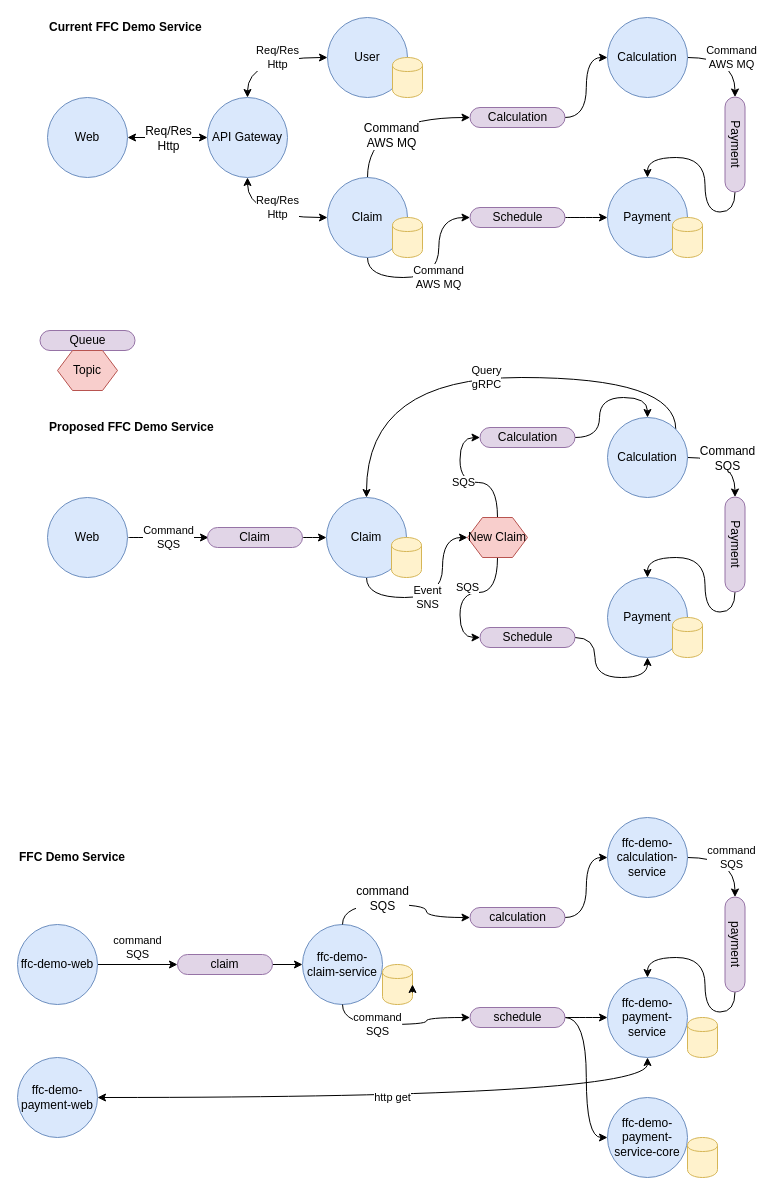
Before: FFC Demo Service.drawio in johnwatson484/diagrams, a draw.io diagram. Source tidied: cells renumbered, new cells numbered last; positions are measured from the earlier drawing's top-left corner, leaving out a move shared by most shapes. Both pictures are drawn from the tidied source at 100%, with x=0, y=0 at pixel (17, 17).
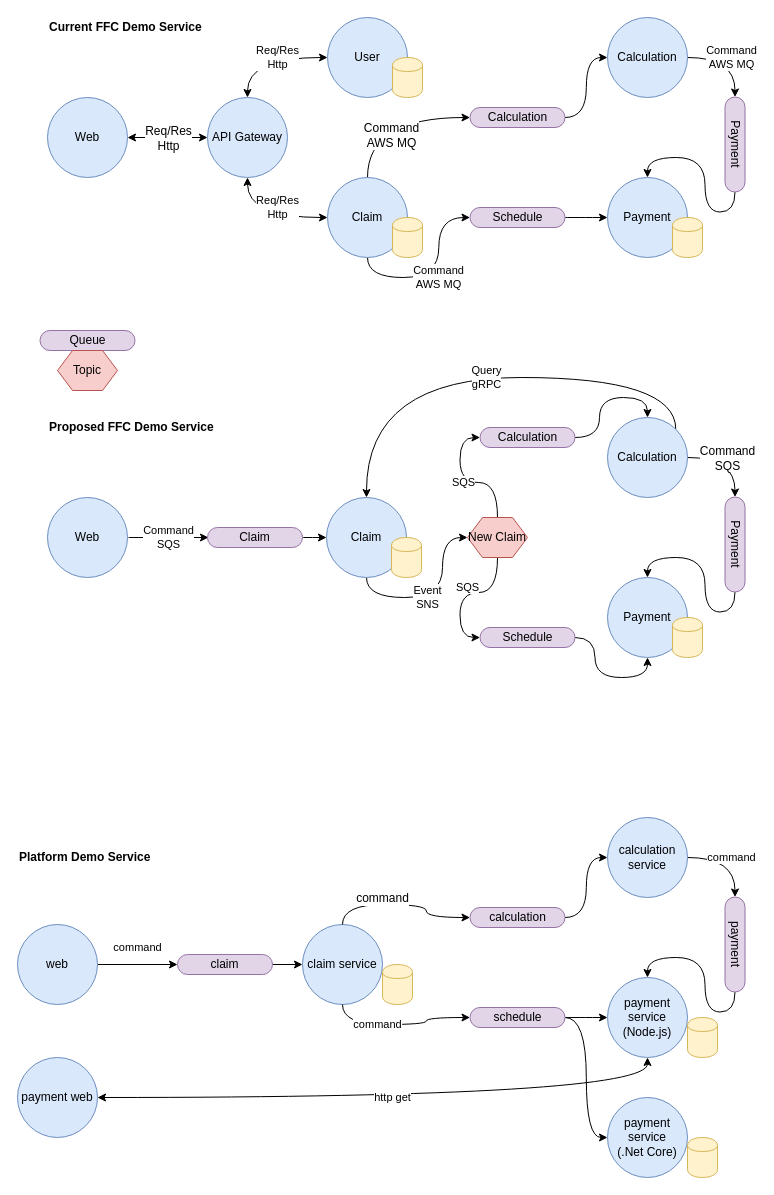
Above is the later version.

Unchanged cells that the change refers to:
```xml
<mxCell id="58" style="edgeStyle=orthogonalEdgeStyle;curved=1;jumpStyle=arc;jettySize=auto;html=1;exitX=0.5;exitY=0;exitDx=0;exitDy=0;entryX=0;entryY=0.5;entryDx=0;entryDy=0;" parent="1" edge="1" source="2" target="63">
  <mxGeometry relative="1" as="geometry" />
</mxCell>
<mxCell id="61" style="shape=cylinder;whiteSpace=wrap;html=1;boundedLbl=1;backgroundOutline=1;fillColor=#fff2cc;strokeColor=#d6b656;" parent="1" vertex="1">
  <mxGeometry x="365" y="947" width="30" height="40" as="geometry" />
</mxCell>
<mxCell id="66" value="schedule" style="rounded=1;whiteSpace=wrap;html=1;fillColor=#e1d5e7;strokeColor=#9673a6;arcSize=50;rotation=0;" parent="1" vertex="1">
  <mxGeometry x="452.5" y="990" width="95" height="20" as="geometry" />
</mxCell>
<mxCell id="68" value="payment" style="rounded=1;whiteSpace=wrap;html=1;fillColor=#e1d5e7;strokeColor=#9673a6;arcSize=50;rotation=90;" parent="1" vertex="1">
  <mxGeometry x="670" y="917" width="95" height="20" as="geometry" />
</mxCell>
<mxCell id="71" value="claim" style="rounded=1;whiteSpace=wrap;html=1;fillColor=#e1d5e7;strokeColor=#9673a6;arcSize=50;rotation=0;" parent="1" vertex="1">
  <mxGeometry x="160" y="937" width="95" height="20" as="geometry" />
</mxCell>
```

Diff of the diagram source:
```diff
@@
-    <mxCell id="2" value="ffc-demo-claim-service" style="ellipse;whiteSpace=wrap;html=1;fillColor=#dae8fc;strokeColor=#6c8ebf;" parent="1" vertex="1">
+    <mxCell id="2" value="claim service" style="ellipse;whiteSpace=wrap;html=1;fillColor=#dae8fc;strokeColor=#6c8ebf;" parent="1" vertex="1">
       <mxGeometry x="285" y="907" width="80" height="80" as="geometry" />
     </mxCell>
@@
-    <mxCell id="52" value="command &lt;br&gt;SQS" style="edgeStyle=orthogonalEdgeStyle;rounded=0;jettySize=auto;html=1;" parent="1" edge="1" source="53" target="71">
+    <mxCell id="52" value="command " style="edgeStyle=orthogonalEdgeStyle;rounded=0;jettySize=auto;html=1;" parent="1" edge="1" source="53" target="71">
       <mxGeometry y="17" relative="1" as="geometry" />
     </mxCell>
-    <mxCell id="53" value="ffc-demo-web" style="ellipse;whiteSpace=wrap;html=1;fillColor=#dae8fc;strokeColor=#6c8ebf;" parent="1" vertex="1">
+    <mxCell id="53" value="web" style="ellipse;whiteSpace=wrap;html=1;fillColor=#dae8fc;strokeColor=#6c8ebf;" parent="1" vertex="1">
       <mxGeometry y="907" width="80" height="80" as="geometry" />
     </mxCell>
-    <mxCell id="54" value="command&lt;br&gt;SQS" style="edgeStyle=orthogonalEdgeStyle;curved=1;jumpStyle=arc;jettySize=auto;html=1;exitX=1;exitY=0.5;exitDx=0;exitDy=0;entryX=0;entryY=0.5;entryDx=0;entryDy=0;" parent="1" edge="1" source="55" target="68">
+    <mxCell id="54" value="command" style="edgeStyle=orthogonalEdgeStyle;curved=1;jumpStyle=arc;jettySize=auto;html=1;exitX=1;exitY=0.5;exitDx=0;exitDy=0;entryX=0;entryY=0.5;entryDx=0;entryDy=0;" parent="1" edge="1" source="55" target="68">
       <mxGeometry relative="1" as="geometry" />
     </mxCell>
-    <mxCell id="55" value="ffc-demo-calculation-service" style="ellipse;whiteSpace=wrap;html=1;fillColor=#dae8fc;strokeColor=#6c8ebf;" parent="1" vertex="1">
+    <mxCell id="55" value="calculation service" style="ellipse;whiteSpace=wrap;html=1;fillColor=#dae8fc;strokeColor=#6c8ebf;" parent="1" vertex="1">
       <mxGeometry x="590" y="800" width="80" height="80" as="geometry" />
     </mxCell>
-    <mxCell id="56" value="ffc-demo-payment-service" style="ellipse;whiteSpace=wrap;html=1;fillColor=#dae8fc;strokeColor=#6c8ebf;" parent="1" vertex="1">
+    <mxCell id="56" value="payment service&lt;br&gt;(Node.js)" style="ellipse;whiteSpace=wrap;html=1;fillColor=#dae8fc;strokeColor=#6c8ebf;" parent="1" vertex="1">
       <mxGeometry x="590" y="960" width="80" height="80" as="geometry" />
     </mxCell>
-    <mxCell id="57" value="command&lt;br&gt;SQS" style="edgeStyle=orthogonalEdgeStyle;jumpStyle=arc;jettySize=auto;html=1;exitX=0.5;exitY=1;exitDx=0;exitDy=0;entryX=0;entryY=0.5;entryDx=0;entryDy=0;curved=1;" parent="1" edge="1" source="2" target="66">
+    <mxCell id="57" value="command" style="edgeStyle=orthogonalEdgeStyle;jumpStyle=arc;jettySize=auto;html=1;exitX=0.5;exitY=1;exitDx=0;exitDy=0;entryX=0;entryY=0.5;entryDx=0;entryDy=0;curved=1;" parent="1" edge="1" source="2" target="66">
       <mxGeometry x="-0.29" relative="1" as="geometry" />
     </mxCell>
@@
-    <mxCell id="59" value="command&lt;br&gt;SQS" style="text;html=1;align=center;verticalAlign=middle;labelBackgroundColor=#ffffff;fontColor=#000000;" parent="58" vertex="1">
+    <mxCell id="59" value="command" style="text;html=1;align=center;verticalAlign=middle;labelBackgroundColor=#ffffff;fontColor=#000000;" parent="58" vertex="1">
       <mxGeometry x="-0.47" y="-23" relative="1" as="geometry">
         <mxPoint x="16.7" y="-30" as="offset" />
       </mxGeometry>
     </mxCell>
@@
-    <mxCell id="69" value="FFC Demo Service" style="text;html=1;strokeColor=none;fillColor=none;align=left;verticalAlign=middle;whiteSpace=wrap;rounded=0;fontStyle=1;" parent="1" vertex="1">
+    <mxCell id="69" value="Platform Demo Service" style="text;html=1;strokeColor=none;fillColor=none;align=left;verticalAlign=middle;whiteSpace=wrap;rounded=0;fontStyle=1;" parent="1" vertex="1">
       <mxGeometry y="830" width="200" height="20" as="geometry" />
     </mxCell>
@@
-    <mxCell id="73" value="ffc-demo-payment-web" style="ellipse;whiteSpace=wrap;html=1;fillColor=#dae8fc;strokeColor=#6c8ebf;" parent="1" vertex="1">
+    <mxCell id="73" value="payment web" style="ellipse;whiteSpace=wrap;html=1;fillColor=#dae8fc;strokeColor=#6c8ebf;" parent="1" vertex="1">
       <mxGeometry y="1040" width="80" height="80" as="geometry" />
     </mxCell>
-    <mxCell id="74" value="ffc-demo-payment-service-core" style="ellipse;whiteSpace=wrap;html=1;fillColor=#dae8fc;strokeColor=#6c8ebf;" parent="1" vertex="1">
+    <mxCell id="74" value="payment service&lt;br&gt;(.Net Core)" style="ellipse;whiteSpace=wrap;html=1;fillColor=#dae8fc;strokeColor=#6c8ebf;" parent="1" vertex="1">
       <mxGeometry x="590" y="1080" width="80" height="80" as="geometry" />
     </mxCell>
@@
-    <mxCell id="76" style="edgeStyle=orthogonalEdgeStyle;rounded=0;orthogonalLoop=1;jettySize=auto;html=1;exitX=1;exitY=0.7;exitDx=0;exitDy=0;entryX=1;entryY=0.5;entryDx=0;entryDy=0;" parent="1" edge="1" source="61" target="61">
-      <mxGeometry relative="1" as="geometry" />
-    </mxCell>
```
